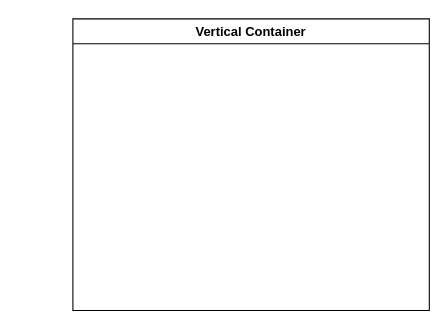
The draw.io diagram designs/storyboard.drawio in KaitlynIp64/ICS2O-Unit-5-03-JS, before the edit. Source tidied: cells renumbered, new cells numbered last; positions are measured from the earlier drawing's top-left corner, leaving out a move shared by most shapes. Both pictures are drawn from the tidied source at 108%, with x=0, y=0 at pixel (72, 18).
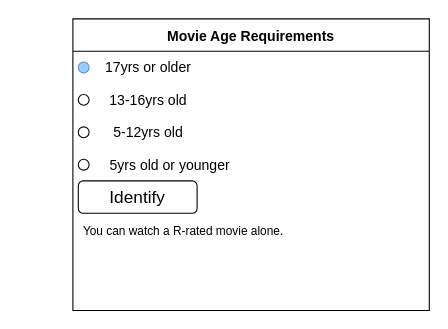
After the change.

Commit message (it also covers changes not shown here):
added storyboard and flowchart

What changed in the source:
```diff
@@
-<mxGraphModel>
+<mxGraphModel background="#FFFFFF">
   <root>
     <mxCell id="0" />
     <mxCell id="1" parent="0" />
-    <mxCell id="2" value="Vertical Container" style="swimlane;" parent="1" vertex="1">
+    <mxCell id="2" value="Movie Age Requirements" style="swimlane;startSize=30;fontSize=13;" parent="1" vertex="1">
       <mxGeometry width="330" height="270" as="geometry" />
     </mxCell>
+    <mxCell id="3" value="17yrs or older" style="text;html=1;strokeColor=none;fillColor=none;align=center;verticalAlign=middle;whiteSpace=wrap;rounded=0;fontSize=13;" parent="2" vertex="1">
+      <mxGeometry x="-10" y="30" width="160" height="30" as="geometry" />
+    </mxCell>
+    <mxCell id="4" value="13-16yrs old" style="text;html=1;strokeColor=none;fillColor=none;align=center;verticalAlign=middle;whiteSpace=wrap;rounded=0;fontSize=13;" parent="2" vertex="1">
+      <mxGeometry x="10" y="60" width="120" height="30" as="geometry" />
+    </mxCell>
+    <mxCell id="5" value="5-12yrs old" style="text;html=1;strokeColor=none;fillColor=none;align=center;verticalAlign=middle;whiteSpace=wrap;rounded=0;fontSize=13;" parent="2" vertex="1">
+      <mxGeometry x="15" y="90" width="110" height="30" as="geometry" />
+    </mxCell>
+    <mxCell id="6" value="5yrs old or younger" style="text;html=1;strokeColor=none;fillColor=none;align=center;verticalAlign=middle;whiteSpace=wrap;rounded=0;fontSize=13;" parent="2" vertex="1">
+      <mxGeometry x="20" y="120" width="140" height="30" as="geometry" />
+    </mxCell>
+    <mxCell id="7" style="ellipse;whiteSpace=wrap;html=1;fontSize=13;fillColor=#99CCFF;strokeColor=#6c8ebf;" parent="2" vertex="1">
+      <mxGeometry x="5" y="40" width="10" height="10" as="geometry" />
+    </mxCell>
+    <mxCell id="8" style="ellipse;whiteSpace=wrap;html=1;fontSize=13;" parent="2" vertex="1">
+      <mxGeometry x="5" y="70" width="10" height="10" as="geometry" />
+    </mxCell>
+    <mxCell id="9" style="ellipse;whiteSpace=wrap;html=1;fontSize=13;" parent="2" vertex="1">
+      <mxGeometry x="5" y="100" width="10" height="10" as="geometry" />
+    </mxCell>
+    <mxCell id="10" style="ellipse;whiteSpace=wrap;html=1;fontSize=13;" parent="2" vertex="1">
+      <mxGeometry x="5" y="130" width="10" height="10" as="geometry" />
+    </mxCell>
+    <mxCell id="11" value="&lt;font style=&quot;font-size: 16px&quot;&gt;Identify&lt;/font&gt;" style="rounded=1;whiteSpace=wrap;html=1;fontSize=13;" parent="2" vertex="1">
+      <mxGeometry x="5" y="150" width="110" height="30" as="geometry" />
+    </mxCell>
+    <mxCell id="12" value="&lt;font style=&quot;font-size: 11px&quot;&gt;You can watch a R-rated movie alone.&lt;/font&gt;" style="text;html=1;strokeColor=none;fillColor=none;align=center;verticalAlign=middle;whiteSpace=wrap;rounded=0;fontSize=16;" parent="2" vertex="1">
+      <mxGeometry x="-50" y="180" width="305" height="30" as="geometry" />
+    </mxCell>
   </root>
 </mxGraphModel>
```
